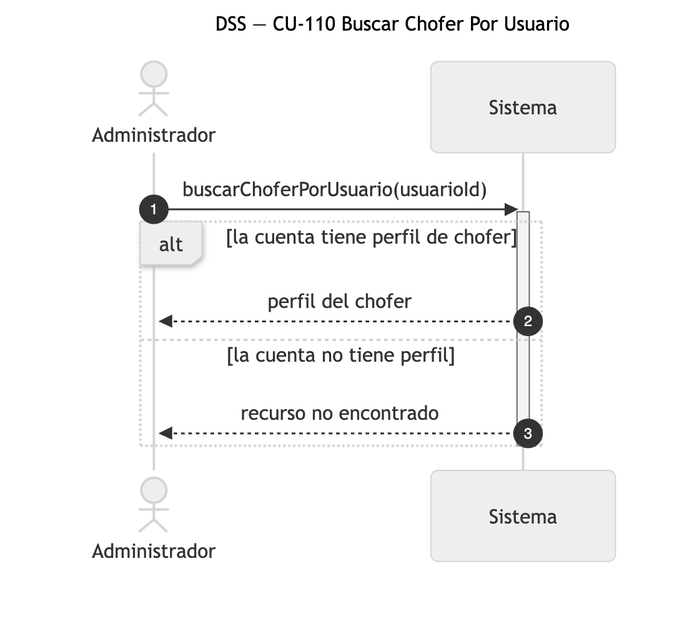
This is diagramas/png/DSS_CU-110_Buscar-Chofer-Por-Usuario.png from Nahuelito-Dev/splg-docs, a Mermaid export, as it was before one commit. Its source is kept beside it as diagramas/DSS_CU-110_Buscar-Chofer-Por-Usuario.mmd. The source it was exported from:
```mermaid
sequenceDiagram
    title DSS — CU-110 Buscar Chofer Por Usuario
    autonumber
    actor ADM as Administrador
    participant SIS as Sistema

    ADM->>SIS: buscarChoferPorUsuario(usuarioId)
    activate SIS
    alt la cuenta tiene perfil de chofer
        SIS-->>ADM: perfil del chofer
    else la cuenta no tiene perfil
        SIS-->>ADM: recurso no encontrado
    end
    deactivate SIS
```
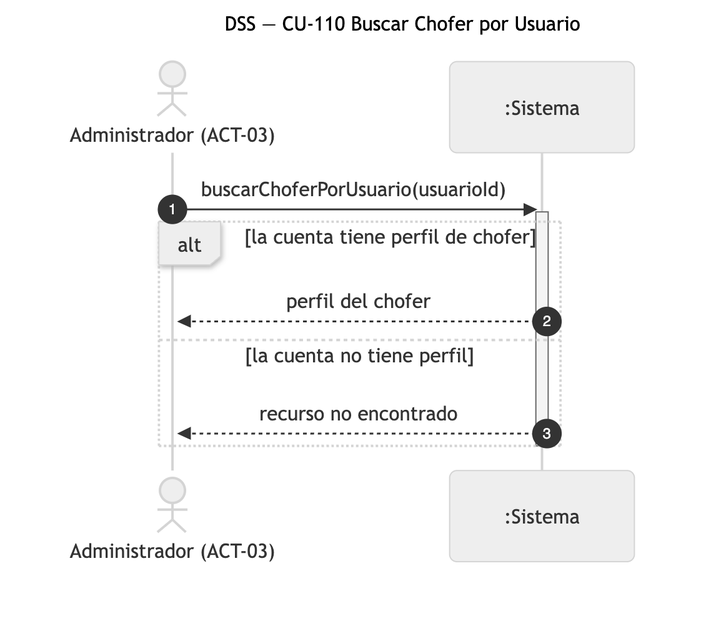
The same diagram one commit later.

Change to the diagram source:
```diff
@@ -1,8 +1,8 @@
 sequenceDiagram
-    title DSS — CU-110 Buscar Chofer Por Usuario
+    title DSS — CU-110 Buscar Chofer por Usuario
     autonumber
-    actor ADM as Administrador
-    participant SIS as Sistema
+    actor ADM as Administrador (ACT-03)
+    participant SIS as :Sistema
 
     ADM->>SIS: buscarChoferPorUsuario(usuarioId)
     activate SIS
```
